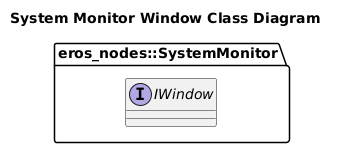
This is nodes/SystemMonitor/doc/output/SystemMonitorWindowClassDiagram.png from dgitz/eros, a PlantUML export, as it was before one commit.
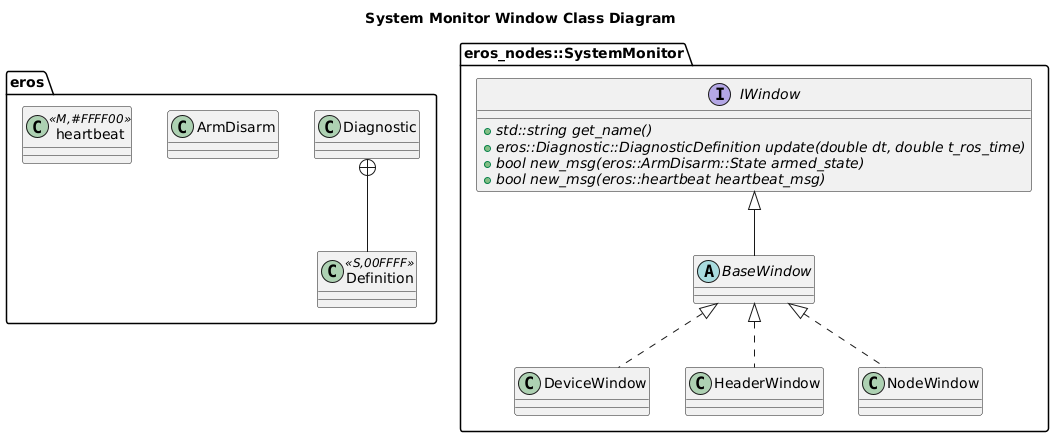
Above is the later version.

Change to the diagram source:
```diff
@@ -1,7 +1,34 @@
 @startuml
 title System Monitor Window Class Diagram
+package eros {
+    class Diagnostic
+    class Definition <<S,00FFFF>>
+    Diagnostic +-- Definition
+    class ArmDisarm
+    class heartbeat <<M,#FFFF00>>
+}
 package eros_nodes::SystemMonitor {
-interface IWindow {
-}
+    interface IWindow {
+        +{abstract} std::string get_name()
+        +{abstract} eros::Diagnostic::DiagnosticDefinition update(double dt, double t_ros_time)
+        +{abstract} bool new_msg(eros::ArmDisarm::State armed_state)
+        +{abstract} bool new_msg(eros::heartbeat heartbeat_msg)
+    }
+    abstract BaseWindow {
+
+    }
+    IWindow <|-- BaseWindow
+    class DeviceWindow {
+
+    }
+    BaseWindow <|.. DeviceWindow
+    class HeaderWindow {
+
+    }
+    BaseWindow <|.. HeaderWindow
+    class NodeWindow {
+
+    }
+    BaseWindow <|.. NodeWindow
 }
 @enduml
```
